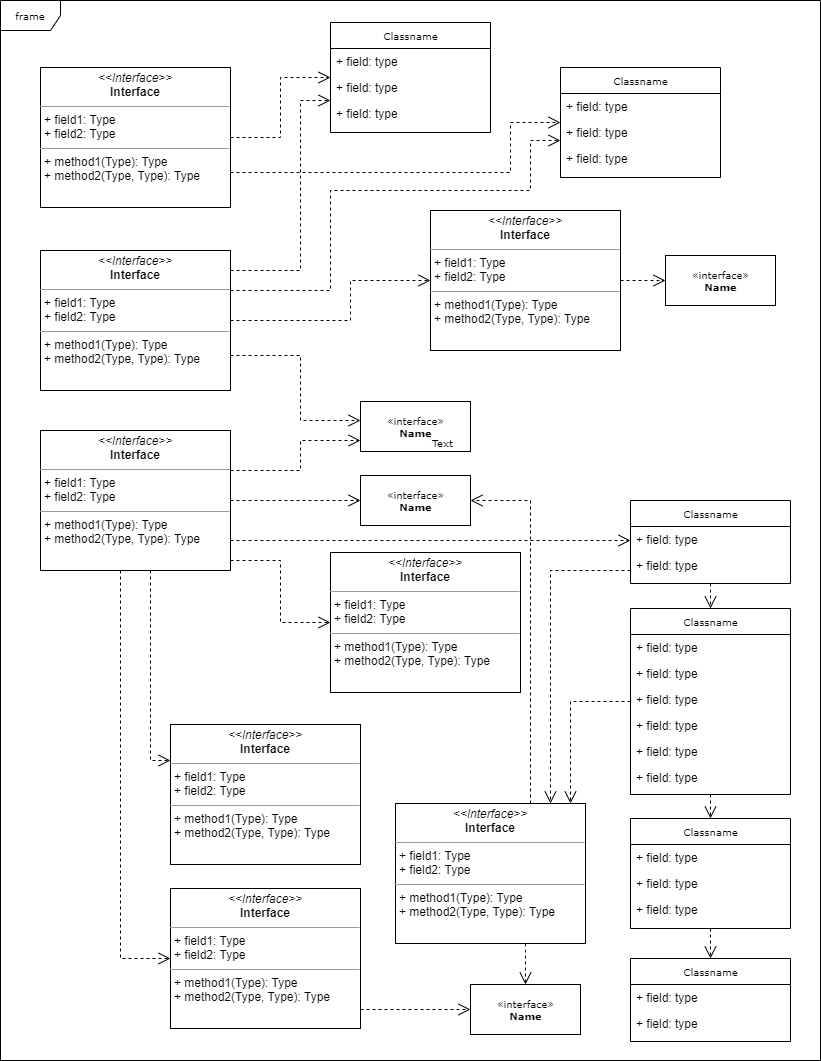
The draw.io diagram Assign5Part1Class.drawio.png in jimmyjazz31/CS665Assign5, before a commit. Source tidied: cells renumbered, new cells last; positions are measured from the earlier drawing's top-left corner, leaving out a move shared by most shapes.
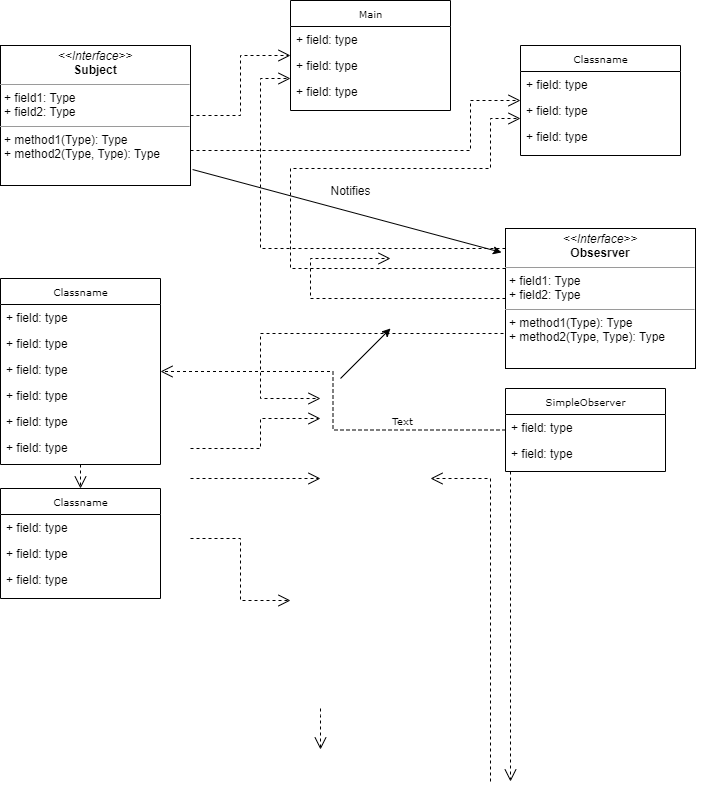
After the change.

What changed in the source:
```diff
@@ -4,12 +4,2 @@
     <mxCell id="1" parent="0" />
-    <mxCell id="2" value="frame" style="shape=umlFrame;whiteSpace=wrap;html=1;rounded=0;shadow=0;comic=0;labelBackgroundColor=none;strokeWidth=1;fontFamily=Verdana;fontSize=10;align=center;" parent="1" vertex="1">
-      <mxGeometry width="820" height="1060" as="geometry" />
-    </mxCell>
-    <mxCell id="3" style="edgeStyle=orthogonalEdgeStyle;rounded=0;html=1;dashed=1;labelBackgroundColor=none;startFill=0;endArrow=open;endFill=0;endSize=10;fontFamily=Verdana;fontSize=10;" parent="1" edge="1" source="5" target="35">
-      <mxGeometry relative="1" as="geometry">
-        <Array as="points">
-          <mxPoint x="570" y="701" />
-        </Array>
-      </mxGeometry>
-    </mxCell>
     <mxCell id="4" style="edgeStyle=orthogonalEdgeStyle;rounded=0;html=1;dashed=1;labelBackgroundColor=none;startFill=0;endArrow=open;endFill=0;endSize=10;fontFamily=Verdana;fontSize=10;" parent="1" edge="1" source="5" target="24">
@@ -18,3 +8,3 @@
     <mxCell id="5" value="Classname" style="swimlane;html=1;fontStyle=0;horizontal=1;startSize=26;fillColor=none;swimlaneFillColor=#ffffff;rounded=0;shadow=0;comic=0;labelBackgroundColor=none;strokeWidth=1;fontFamily=Verdana;fontSize=10;align=center;" parent="1" vertex="1">
-      <mxGeometry x="630" y="608" width="160" height="186" as="geometry" />
+      <mxGeometry x="40" y="300" width="160" height="186" as="geometry" />
     </mxCell>
@@ -38,3 +28,3 @@
     </mxCell>
-    <mxCell id="12" value="Classname" style="swimlane;html=1;fontStyle=0;horizontal=1;startSize=26;fillColor=none;swimlaneFillColor=#ffffff;rounded=0;shadow=0;comic=0;labelBackgroundColor=none;strokeWidth=1;fontFamily=Verdana;fontSize=10;align=center;" parent="1" vertex="1">
+    <mxCell id="12" value="Main" style="swimlane;html=1;fontStyle=0;horizontal=1;startSize=26;fillColor=none;swimlaneFillColor=#ffffff;rounded=0;shadow=0;comic=0;labelBackgroundColor=none;strokeWidth=1;fontFamily=Verdana;fontSize=10;align=center;" parent="1" vertex="1">
       <mxGeometry x="330" y="22" width="160" height="110" as="geometry" />
@@ -62,16 +52,4 @@
     </mxCell>
-    <mxCell id="20" value="Classname" style="swimlane;html=1;fontStyle=0;horizontal=1;startSize=26;fillColor=none;swimlaneFillColor=#ffffff;rounded=0;shadow=0;comic=0;labelBackgroundColor=none;strokeWidth=1;fontFamily=Verdana;fontSize=10;align=center;" parent="1" vertex="1">
-      <mxGeometry x="630" y="958" width="160" height="83" as="geometry" />
-    </mxCell>
-    <mxCell id="21" value="+ field: type" style="text;html=1;strokeColor=none;fillColor=none;align=left;verticalAlign=top;spacingLeft=4;spacingRight=4;whiteSpace=wrap;overflow=hidden;" parent="20" vertex="1">
-      <mxGeometry y="26" width="160" height="26" as="geometry" />
-    </mxCell>
-    <mxCell id="22" value="+ field: type" style="text;html=1;strokeColor=none;fillColor=none;align=left;verticalAlign=top;spacingLeft=4;spacingRight=4;whiteSpace=wrap;overflow=hidden;" parent="20" vertex="1">
-      <mxGeometry y="52" width="160" height="26" as="geometry" />
-    </mxCell>
-    <mxCell id="23" style="edgeStyle=orthogonalEdgeStyle;rounded=0;html=1;dashed=1;labelBackgroundColor=none;startFill=0;endArrow=open;endFill=0;endSize=10;fontFamily=Verdana;fontSize=10;" parent="1" edge="1" source="24" target="20">
-      <mxGeometry relative="1" as="geometry" />
-    </mxCell>
     <mxCell id="24" value="Classname" style="swimlane;html=1;fontStyle=0;horizontal=1;startSize=26;fillColor=none;swimlaneFillColor=#ffffff;rounded=0;shadow=0;comic=0;labelBackgroundColor=none;strokeWidth=1;fontFamily=Verdana;fontSize=10;align=center;" parent="1" vertex="1">
-      <mxGeometry x="630" y="818" width="160" height="110" as="geometry" />
+      <mxGeometry x="40" y="510" width="160" height="110" as="geometry" />
     </mxCell>
@@ -89,4 +67,4 @@
     </mxCell>
-    <mxCell id="29" value="Classname" style="swimlane;html=1;fontStyle=0;horizontal=1;startSize=26;fillColor=none;swimlaneFillColor=#ffffff;rounded=0;shadow=0;comic=0;labelBackgroundColor=none;strokeWidth=1;fontFamily=Verdana;fontSize=10;align=center;" parent="1" vertex="1">
-      <mxGeometry x="630" y="500" width="160" height="83" as="geometry" />
+    <mxCell id="29" value="SimpleObserver" style="swimlane;html=1;fontStyle=0;horizontal=1;startSize=26;fillColor=none;swimlaneFillColor=#ffffff;rounded=0;shadow=0;comic=0;labelBackgroundColor=none;strokeWidth=1;fontFamily=Verdana;fontSize=10;align=center;" parent="1" vertex="1">
+      <mxGeometry x="545" y="410" width="160" height="83" as="geometry" />
     </mxCell>
@@ -98,10 +76,9 @@
     </mxCell>
-    <mxCell id="32" value="&amp;laquo;interface&amp;raquo;&lt;br&gt;&lt;b&gt;Name&lt;/b&gt;" style="html=1;rounded=0;shadow=0;comic=0;labelBackgroundColor=none;strokeWidth=1;fontFamily=Verdana;fontSize=10;align=center;" parent="1" vertex="1">
-      <mxGeometry x="470" y="984" width="110" height="50" as="geometry" />
-    </mxCell>
-    <mxCell id="33" style="edgeStyle=orthogonalEdgeStyle;rounded=0;html=1;dashed=1;labelBackgroundColor=none;startFill=0;endArrow=open;endFill=0;endSize=10;fontFamily=Verdana;fontSize=10;" parent="1" edge="1" source="35" target="32">
+    <mxCell id="33" style="edgeStyle=orthogonalEdgeStyle;rounded=0;html=1;dashed=1;labelBackgroundColor=none;startFill=0;endArrow=open;endFill=0;endSize=10;fontFamily=Verdana;fontSize=10;" parent="1" edge="1">
       <mxGeometry relative="1" as="geometry">
+        <mxPoint x="360" y="730" as="sourcePoint" />
+        <mxPoint x="360" y="771" as="targetPoint" />
         <Array as="points">
-          <mxPoint x="525" y="950" />
-          <mxPoint x="525" y="950" />
+          <mxPoint x="360" y="737" />
+          <mxPoint x="360" y="737" />
         </Array>
@@ -109,4 +86,6 @@
     </mxCell>
-    <mxCell id="34" style="edgeStyle=orthogonalEdgeStyle;rounded=0;html=1;dashed=1;labelBackgroundColor=none;startFill=0;endArrow=open;endFill=0;endSize=10;fontFamily=Verdana;fontSize=10;" parent="1" edge="1" source="35" target="40">
+    <mxCell id="34" style="edgeStyle=orthogonalEdgeStyle;rounded=0;html=1;dashed=1;labelBackgroundColor=none;startFill=0;endArrow=open;endFill=0;endSize=10;fontFamily=Verdana;fontSize=10;" parent="1" edge="1">
       <mxGeometry relative="1" as="geometry">
+        <mxPoint x="530" y="803" as="sourcePoint" />
+        <mxPoint x="470" y="500" as="targetPoint" />
         <Array as="points">
@@ -116,34 +95,8 @@
     </mxCell>
-    <mxCell id="35" value="&lt;p style=&quot;margin:0px;margin-top:4px;text-align:center;&quot;&gt;&lt;i&gt;&amp;lt;&amp;lt;Interface&amp;gt;&amp;gt;&lt;/i&gt;&lt;br/&gt;&lt;b&gt;Interface&lt;/b&gt;&lt;/p&gt;&lt;hr size=&quot;1&quot;/&gt;&lt;p style=&quot;margin:0px;margin-left:4px;&quot;&gt;+ field1: Type&lt;br/&gt;+ field2: Type&lt;/p&gt;&lt;hr size=&quot;1&quot;/&gt;&lt;p style=&quot;margin:0px;margin-left:4px;&quot;&gt;+ method1(Type): Type&lt;br/&gt;+ method2(Type, Type): Type&lt;/p&gt;" style="verticalAlign=top;align=left;overflow=fill;fontSize=12;fontFamily=Helvetica;html=1;rounded=0;shadow=0;comic=0;labelBackgroundColor=none;strokeWidth=1;" parent="1" vertex="1">
-      <mxGeometry x="395" y="803" width="190" height="140" as="geometry" />
-    </mxCell>
-    <mxCell id="36" value="&lt;p style=&quot;margin:0px;margin-top:4px;text-align:center;&quot;&gt;&lt;i&gt;&amp;lt;&amp;lt;Interface&amp;gt;&amp;gt;&lt;/i&gt;&lt;br/&gt;&lt;b&gt;Interface&lt;/b&gt;&lt;/p&gt;&lt;hr size=&quot;1&quot;/&gt;&lt;p style=&quot;margin:0px;margin-left:4px;&quot;&gt;+ field1: Type&lt;br/&gt;+ field2: Type&lt;/p&gt;&lt;hr size=&quot;1&quot;/&gt;&lt;p style=&quot;margin:0px;margin-left:4px;&quot;&gt;+ method1(Type): Type&lt;br/&gt;+ method2(Type, Type): Type&lt;/p&gt;" style="verticalAlign=top;align=left;overflow=fill;fontSize=12;fontFamily=Helvetica;html=1;rounded=0;shadow=0;comic=0;labelBackgroundColor=none;strokeWidth=1;" parent="1" vertex="1">
-      <mxGeometry x="330" y="552" width="190" height="140" as="geometry" />
-    </mxCell>
-    <mxCell id="37" style="edgeStyle=orthogonalEdgeStyle;rounded=0;html=1;dashed=1;labelBackgroundColor=none;startFill=0;endArrow=open;endFill=0;endSize=10;fontFamily=Verdana;fontSize=10;" parent="1" edge="1" source="38" target="32">
-      <mxGeometry relative="1" as="geometry">
-        <Array as="points">
-          <mxPoint x="390" y="1009" />
-          <mxPoint x="390" y="1009" />
-        </Array>
-      </mxGeometry>
-    </mxCell>
-    <mxCell id="38" value="&lt;p style=&quot;margin:0px;margin-top:4px;text-align:center;&quot;&gt;&lt;i&gt;&amp;lt;&amp;lt;Interface&amp;gt;&amp;gt;&lt;/i&gt;&lt;br/&gt;&lt;b&gt;Interface&lt;/b&gt;&lt;/p&gt;&lt;hr size=&quot;1&quot;/&gt;&lt;p style=&quot;margin:0px;margin-left:4px;&quot;&gt;+ field1: Type&lt;br/&gt;+ field2: Type&lt;/p&gt;&lt;hr size=&quot;1&quot;/&gt;&lt;p style=&quot;margin:0px;margin-left:4px;&quot;&gt;+ method1(Type): Type&lt;br/&gt;+ method2(Type, Type): Type&lt;/p&gt;" style="verticalAlign=top;align=left;overflow=fill;fontSize=12;fontFamily=Helvetica;html=1;rounded=0;shadow=0;comic=0;labelBackgroundColor=none;strokeWidth=1;" parent="1" vertex="1">
-      <mxGeometry x="170" y="888" width="190" height="140" as="geometry" />
-    </mxCell>
-    <mxCell id="39" value="&lt;p style=&quot;margin:0px;margin-top:4px;text-align:center;&quot;&gt;&lt;i&gt;&amp;lt;&amp;lt;Interface&amp;gt;&amp;gt;&lt;/i&gt;&lt;br/&gt;&lt;b&gt;Interface&lt;/b&gt;&lt;/p&gt;&lt;hr size=&quot;1&quot;/&gt;&lt;p style=&quot;margin:0px;margin-left:4px;&quot;&gt;+ field1: Type&lt;br/&gt;+ field2: Type&lt;/p&gt;&lt;hr size=&quot;1&quot;/&gt;&lt;p style=&quot;margin:0px;margin-left:4px;&quot;&gt;+ method1(Type): Type&lt;br/&gt;+ method2(Type, Type): Type&lt;/p&gt;" style="verticalAlign=top;align=left;overflow=fill;fontSize=12;fontFamily=Helvetica;html=1;rounded=0;shadow=0;comic=0;labelBackgroundColor=none;strokeWidth=1;" parent="1" vertex="1">
-      <mxGeometry x="170" y="724" width="190" height="140" as="geometry" />
-    </mxCell>
-    <mxCell id="40" value="&amp;laquo;interface&amp;raquo;&lt;br&gt;&lt;b&gt;Name&lt;/b&gt;" style="html=1;rounded=0;shadow=0;comic=0;labelBackgroundColor=none;strokeWidth=1;fontFamily=Verdana;fontSize=10;align=center;" parent="1" vertex="1">
-      <mxGeometry x="360" y="475" width="110" height="50" as="geometry" />
-    </mxCell>
-    <mxCell id="41" value="&amp;laquo;interface&amp;raquo;&lt;br&gt;&lt;b&gt;Name&lt;/b&gt;" style="html=1;rounded=0;shadow=0;comic=0;labelBackgroundColor=none;strokeWidth=1;fontFamily=Verdana;fontSize=10;align=center;" parent="1" vertex="1">
-      <mxGeometry x="360" y="401" width="110" height="50" as="geometry" />
-    </mxCell>
-    <mxCell id="42" style="edgeStyle=orthogonalEdgeStyle;rounded=0;html=1;dashed=1;labelBackgroundColor=none;startFill=0;endArrow=open;endFill=0;endSize=10;fontFamily=Verdana;fontSize=10;" parent="1" edge="1" source="43" target="45">
-      <mxGeometry relative="1" as="geometry" />
+    <mxCell id="42" style="edgeStyle=orthogonalEdgeStyle;rounded=0;html=1;dashed=1;labelBackgroundColor=none;startFill=0;endArrow=open;endFill=0;endSize=10;fontFamily=Verdana;fontSize=10;" parent="1" edge="1">
+      <mxGeometry relative="1" as="geometry">
+        <mxPoint x="620" y="280" as="sourcePoint" />
+        <mxPoint x="665" y="280" as="targetPoint" />
+      </mxGeometry>
     </mxCell>
-    <mxCell id="43" value="&lt;p style=&quot;margin:0px;margin-top:4px;text-align:center;&quot;&gt;&lt;i&gt;&amp;lt;&amp;lt;Interface&amp;gt;&amp;gt;&lt;/i&gt;&lt;br/&gt;&lt;b&gt;Interface&lt;/b&gt;&lt;/p&gt;&lt;hr size=&quot;1&quot;/&gt;&lt;p style=&quot;margin:0px;margin-left:4px;&quot;&gt;+ field1: Type&lt;br/&gt;+ field2: Type&lt;/p&gt;&lt;hr size=&quot;1&quot;/&gt;&lt;p style=&quot;margin:0px;margin-left:4px;&quot;&gt;+ method1(Type): Type&lt;br/&gt;+ method2(Type, Type): Type&lt;/p&gt;" style="verticalAlign=top;align=left;overflow=fill;fontSize=12;fontFamily=Helvetica;html=1;rounded=0;shadow=0;comic=0;labelBackgroundColor=none;strokeWidth=1;" parent="1" vertex="1">
-      <mxGeometry x="430" y="210" width="190" height="140" as="geometry" />
-    </mxCell>
     <mxCell id="44" value="Text" style="text;html=1;align=left;verticalAlign=top;spacingTop=-4;fontSize=10;fontFamily=Verdana;fontColor=#000000;" parent="1" vertex="1">
@@ -151,5 +104,2 @@
     </mxCell>
-    <mxCell id="45" value="&amp;laquo;interface&amp;raquo;&lt;br&gt;&lt;b&gt;Name&lt;/b&gt;" style="html=1;rounded=0;shadow=0;comic=0;labelBackgroundColor=none;strokeWidth=1;fontFamily=Verdana;fontSize=10;align=center;" parent="1" vertex="1">
-      <mxGeometry x="665" y="255" width="110" height="50" as="geometry" />
-    </mxCell>
     <mxCell id="46" style="edgeStyle=orthogonalEdgeStyle;rounded=0;html=1;labelBackgroundColor=none;startFill=0;endArrow=open;endFill=0;endSize=10;fontFamily=Verdana;fontSize=10;dashed=1;" parent="1" edge="1" source="48" target="12">
@@ -165,3 +115,3 @@
     </mxCell>
-    <mxCell id="48" value="&lt;p style=&quot;margin:0px;margin-top:4px;text-align:center;&quot;&gt;&lt;i&gt;&amp;lt;&amp;lt;Interface&amp;gt;&amp;gt;&lt;/i&gt;&lt;br/&gt;&lt;b&gt;Interface&lt;/b&gt;&lt;/p&gt;&lt;hr size=&quot;1&quot;/&gt;&lt;p style=&quot;margin:0px;margin-left:4px;&quot;&gt;+ field1: Type&lt;br/&gt;+ field2: Type&lt;/p&gt;&lt;hr size=&quot;1&quot;/&gt;&lt;p style=&quot;margin:0px;margin-left:4px;&quot;&gt;+ method1(Type): Type&lt;br/&gt;+ method2(Type, Type): Type&lt;/p&gt;" style="verticalAlign=top;align=left;overflow=fill;fontSize=12;fontFamily=Helvetica;html=1;rounded=0;shadow=0;comic=0;labelBackgroundColor=none;strokeWidth=1;" parent="1" vertex="1">
+    <mxCell id="48" value="&lt;p style=&quot;margin:0px;margin-top:4px;text-align:center;&quot;&gt;&lt;i&gt;&amp;lt;&amp;lt;Interface&amp;gt;&amp;gt;&lt;/i&gt;&lt;br&gt;&lt;b&gt;Subject&lt;/b&gt;&lt;/p&gt;&lt;hr size=&quot;1&quot;&gt;&lt;p style=&quot;margin:0px;margin-left:4px;&quot;&gt;+ field1: Type&lt;br&gt;+ field2: Type&lt;/p&gt;&lt;hr size=&quot;1&quot;&gt;&lt;p style=&quot;margin:0px;margin-left:4px;&quot;&gt;+ method1(Type): Type&lt;br&gt;+ method2(Type, Type): Type&lt;/p&gt;" style="verticalAlign=top;align=left;overflow=fill;fontSize=12;fontFamily=Helvetica;html=1;rounded=0;shadow=0;comic=0;labelBackgroundColor=none;strokeWidth=1;" parent="1" vertex="1">
       <mxGeometry x="40" y="67" width="190" height="140" as="geometry" />
@@ -186,4 +136,5 @@
     </mxCell>
-    <mxCell id="51" style="edgeStyle=orthogonalEdgeStyle;rounded=0;html=1;dashed=1;labelBackgroundColor=none;startFill=0;endArrow=open;endFill=0;endSize=10;fontFamily=Verdana;fontSize=10;" parent="1" edge="1" source="53" target="43">
+    <mxCell id="51" style="edgeStyle=orthogonalEdgeStyle;rounded=0;html=1;dashed=1;labelBackgroundColor=none;startFill=0;endArrow=open;endFill=0;endSize=10;fontFamily=Verdana;fontSize=10;" parent="1" edge="1" source="53">
       <mxGeometry relative="1" as="geometry">
+        <mxPoint x="430" y="280" as="targetPoint" />
         <Array as="points">
@@ -194,4 +145,5 @@
     </mxCell>
-    <mxCell id="52" style="edgeStyle=orthogonalEdgeStyle;rounded=0;html=1;exitX=1;exitY=0.75;dashed=1;labelBackgroundColor=none;startFill=0;endArrow=open;endFill=0;endSize=10;fontFamily=Verdana;fontSize=10;" parent="1" edge="1" source="53" target="41">
+    <mxCell id="52" style="edgeStyle=orthogonalEdgeStyle;rounded=0;html=1;exitX=1;exitY=0.75;dashed=1;labelBackgroundColor=none;startFill=0;endArrow=open;endFill=0;endSize=10;fontFamily=Verdana;fontSize=10;" parent="1" edge="1" source="53">
       <mxGeometry relative="1" as="geometry">
+        <mxPoint x="360" y="420" as="targetPoint" />
         <Array as="points">
@@ -202,7 +154,9 @@
     </mxCell>
-    <mxCell id="53" value="&lt;p style=&quot;margin:0px;margin-top:4px;text-align:center;&quot;&gt;&lt;i&gt;&amp;lt;&amp;lt;Interface&amp;gt;&amp;gt;&lt;/i&gt;&lt;br/&gt;&lt;b&gt;Interface&lt;/b&gt;&lt;/p&gt;&lt;hr size=&quot;1&quot;/&gt;&lt;p style=&quot;margin:0px;margin-left:4px;&quot;&gt;+ field1: Type&lt;br/&gt;+ field2: Type&lt;/p&gt;&lt;hr size=&quot;1&quot;/&gt;&lt;p style=&quot;margin:0px;margin-left:4px;&quot;&gt;+ method1(Type): Type&lt;br/&gt;+ method2(Type, Type): Type&lt;/p&gt;" style="verticalAlign=top;align=left;overflow=fill;fontSize=12;fontFamily=Helvetica;html=1;rounded=0;shadow=0;comic=0;labelBackgroundColor=none;strokeWidth=1;" parent="1" vertex="1">
-      <mxGeometry x="40" y="250" width="190" height="140" as="geometry" />
+    <mxCell id="53" value="&lt;p style=&quot;margin:0px;margin-top:4px;text-align:center;&quot;&gt;&lt;i&gt;&amp;lt;&amp;lt;Interface&amp;gt;&amp;gt;&lt;/i&gt;&lt;br&gt;&lt;b&gt;Obsesrver&lt;/b&gt;&lt;/p&gt;&lt;hr size=&quot;1&quot;&gt;&lt;p style=&quot;margin:0px;margin-left:4px;&quot;&gt;+ field1: Type&lt;br&gt;+ field2: Type&lt;/p&gt;&lt;hr size=&quot;1&quot;&gt;&lt;p style=&quot;margin:0px;margin-left:4px;&quot;&gt;+ method1(Type): Type&lt;br&gt;+ method2(Type, Type): Type&lt;/p&gt;" style="verticalAlign=top;align=left;overflow=fill;fontSize=12;fontFamily=Helvetica;html=1;rounded=0;shadow=0;comic=0;labelBackgroundColor=none;strokeWidth=1;" parent="1" vertex="1">
+      <mxGeometry x="545" y="250" width="190" height="140" as="geometry" />
     </mxCell>
-    <mxCell id="54" style="edgeStyle=orthogonalEdgeStyle;rounded=0;html=1;dashed=1;labelBackgroundColor=none;startFill=0;endArrow=open;endFill=0;endSize=10;fontFamily=Verdana;fontSize=10;" parent="1" edge="1" source="60" target="41">
+    <mxCell id="54" style="edgeStyle=orthogonalEdgeStyle;rounded=0;html=1;dashed=1;labelBackgroundColor=none;startFill=0;endArrow=open;endFill=0;endSize=10;fontFamily=Verdana;fontSize=10;" parent="1" edge="1">
       <mxGeometry relative="1" as="geometry">
+        <mxPoint x="230" y="470" as="sourcePoint" />
+        <mxPoint x="360" y="440" as="targetPoint" />
         <Array as="points">
@@ -213,7 +167,12 @@
     </mxCell>
-    <mxCell id="55" style="edgeStyle=orthogonalEdgeStyle;rounded=0;html=1;dashed=1;labelBackgroundColor=none;startFill=0;endArrow=open;endFill=0;endSize=10;fontFamily=Verdana;fontSize=10;" parent="1" edge="1" source="60" target="40">
-      <mxGeometry relative="1" as="geometry" />
+    <mxCell id="55" style="edgeStyle=orthogonalEdgeStyle;rounded=0;html=1;dashed=1;labelBackgroundColor=none;startFill=0;endArrow=open;endFill=0;endSize=10;fontFamily=Verdana;fontSize=10;" parent="1" edge="1">
+      <mxGeometry relative="1" as="geometry">
+        <mxPoint x="230" y="500" as="sourcePoint" />
+        <mxPoint x="360" y="500" as="targetPoint" />
+      </mxGeometry>
     </mxCell>
-    <mxCell id="56" style="edgeStyle=orthogonalEdgeStyle;rounded=0;html=1;dashed=1;labelBackgroundColor=none;startFill=0;endArrow=open;endFill=0;endSize=10;fontFamily=Verdana;fontSize=10;" parent="1" edge="1" source="60" target="36">
+    <mxCell id="56" style="edgeStyle=orthogonalEdgeStyle;rounded=0;html=1;dashed=1;labelBackgroundColor=none;startFill=0;endArrow=open;endFill=0;endSize=10;fontFamily=Verdana;fontSize=10;" parent="1" edge="1">
       <mxGeometry relative="1" as="geometry">
+        <mxPoint x="230" y="560" as="sourcePoint" />
+        <mxPoint x="330" y="622" as="targetPoint" />
         <Array as="points">
@@ -224,29 +183,5 @@
     </mxCell>
-    <mxCell id="57" style="edgeStyle=orthogonalEdgeStyle;rounded=0;html=1;dashed=1;labelBackgroundColor=none;startFill=0;endArrow=open;endFill=0;endSize=10;fontFamily=Verdana;fontSize=10;" parent="1" edge="1" source="60" target="29">
-      <mxGeometry relative="1" as="geometry">
-        <Array as="points">
-          <mxPoint x="330" y="540" />
-          <mxPoint x="330" y="540" />
-        </Array>
-      </mxGeometry>
-    </mxCell>
-    <mxCell id="58" style="edgeStyle=orthogonalEdgeStyle;rounded=0;html=1;dashed=1;labelBackgroundColor=none;startFill=0;endArrow=open;endFill=0;endSize=10;fontFamily=Verdana;fontSize=10;" parent="1" edge="1" source="60" target="39">
-      <mxGeometry relative="1" as="geometry">
-        <Array as="points">
-          <mxPoint x="150" y="760" />
-        </Array>
-      </mxGeometry>
-    </mxCell>
-    <mxCell id="59" style="edgeStyle=orthogonalEdgeStyle;rounded=0;html=1;dashed=1;labelBackgroundColor=none;startFill=0;endArrow=open;endFill=0;endSize=10;fontFamily=Verdana;fontSize=10;" parent="1" edge="1" source="60" target="38">
-      <mxGeometry relative="1" as="geometry">
-        <Array as="points">
-          <mxPoint x="120" y="958" />
-        </Array>
-      </mxGeometry>
-    </mxCell>
-    <mxCell id="60" value="&lt;p style=&quot;margin:0px;margin-top:4px;text-align:center;&quot;&gt;&lt;i&gt;&amp;lt;&amp;lt;Interface&amp;gt;&amp;gt;&lt;/i&gt;&lt;br/&gt;&lt;b&gt;Interface&lt;/b&gt;&lt;/p&gt;&lt;hr size=&quot;1&quot;/&gt;&lt;p style=&quot;margin:0px;margin-left:4px;&quot;&gt;+ field1: Type&lt;br/&gt;+ field2: Type&lt;/p&gt;&lt;hr size=&quot;1&quot;/&gt;&lt;p style=&quot;margin:0px;margin-left:4px;&quot;&gt;+ method1(Type): Type&lt;br/&gt;+ method2(Type, Type): Type&lt;/p&gt;" style="verticalAlign=top;align=left;overflow=fill;fontSize=12;fontFamily=Helvetica;html=1;rounded=0;shadow=0;comic=0;labelBackgroundColor=none;strokeWidth=1;" parent="1" vertex="1">
-      <mxGeometry x="40" y="430" width="190" height="140" as="geometry" />
-    </mxCell>
-    <mxCell id="61" style="edgeStyle=orthogonalEdgeStyle;rounded=0;html=1;dashed=1;labelBackgroundColor=none;startFill=0;endArrow=open;endFill=0;endSize=10;fontFamily=Verdana;fontSize=10;" parent="1" edge="1" source="29" target="35">
+    <mxCell id="61" style="edgeStyle=orthogonalEdgeStyle;rounded=0;html=1;dashed=1;labelBackgroundColor=none;startFill=0;endArrow=open;endFill=0;endSize=10;fontFamily=Verdana;fontSize=10;" parent="1" edge="1" source="29">
       <mxGeometry relative="1" as="geometry">
+        <mxPoint x="550" y="803" as="targetPoint" />
         <Array as="points">
@@ -256,2 +191,14 @@
     </mxCell>
+    <mxCell id="62" style="endArrow=classic;html=1;rounded=0;" parent="1" edge="1">
+      <mxGeometry relative="1" as="geometry">
+        <mxPoint x="380" y="400" as="sourcePoint" />
+        <mxPoint x="430" y="350" as="targetPoint" />
+      </mxGeometry>
+    </mxCell>
+    <mxCell id="63" style="endArrow=classic;html=1;rounded=0;exitX=1.011;exitY=0.886;exitDx=0;exitDy=0;exitPerimeter=0;entryX=-0.021;entryY=0.171;entryDx=0;entryDy=0;entryPerimeter=0;" parent="1" edge="1" source="48" target="53">
+      <mxGeometry relative="1" as="geometry" />
+    </mxCell>
+    <mxCell id="64" value="Notifies" style="text;html=1;align=center;verticalAlign=middle;strokeColor=none;fillColor=none;" parent="1" vertex="1">
+      <mxGeometry x="360" y="198" width="60" height="30" as="geometry" />
+    </mxCell>
   </root>
```
